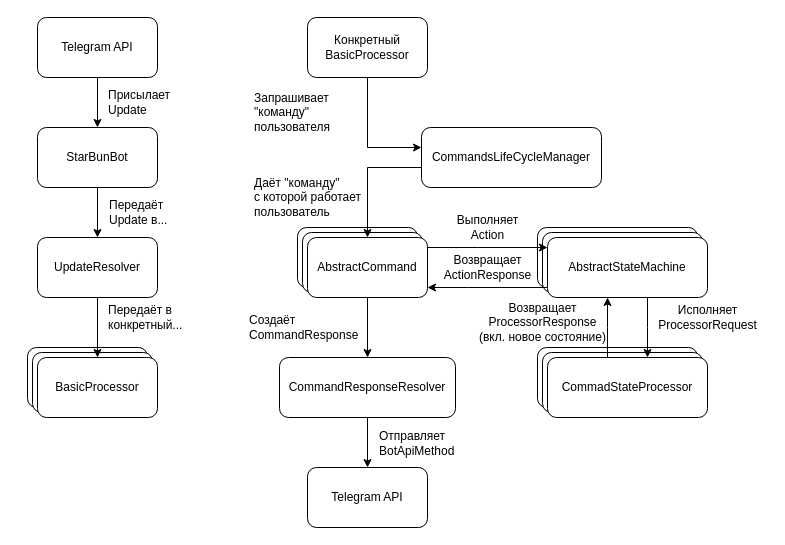
Before: docs/StarBunBot.drawio in AminevRamil/PetProject1, a draw.io diagram. Source tidied: cells renumbered, new cells numbered last; positions are measured from the earlier drawing's top-left corner, leaving out a move shared by most shapes. Both pictures are drawn from the tidied source at 100%, with x=0, y=0 at pixel (27, 17).
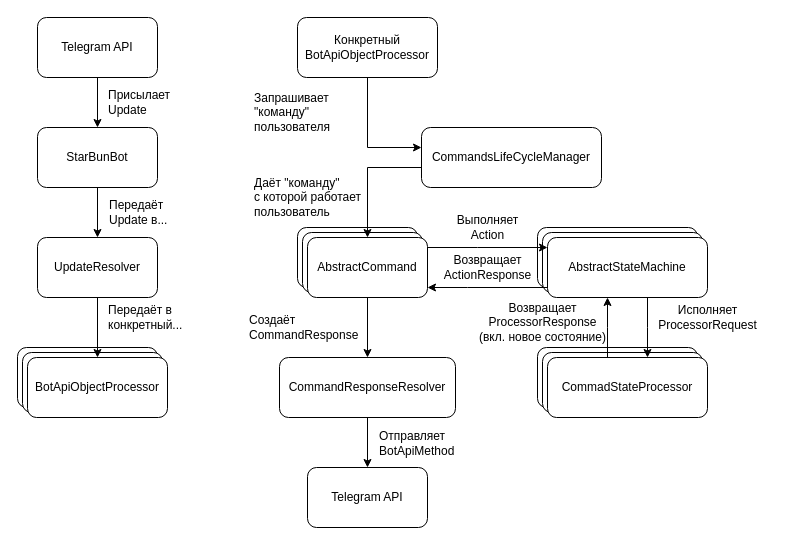
After the change.

Diff of the diagram source:
```diff
@@
     <mxCell id="11" style="rounded=1;whiteSpace=wrap;html=1;" parent="1" vertex="1">
-      <mxGeometry y="330" width="120" height="60" as="geometry" />
+      <mxGeometry x="-10" y="330" width="140" height="60" as="geometry" />
     </mxCell>
     <mxCell id="12" style="rounded=1;whiteSpace=wrap;html=1;" parent="1" vertex="1">
-      <mxGeometry x="5" y="335" width="120" height="60" as="geometry" />
+      <mxGeometry x="-5" y="335" width="140" height="60" as="geometry" />
     </mxCell>
-    <mxCell id="13" value="BasicProcessor" style="rounded=1;whiteSpace=wrap;html=1;" parent="1" vertex="1">
-      <mxGeometry x="10" y="340" width="120" height="60" as="geometry" />
+    <mxCell id="13" value="BotApiObjectProcessor" style="rounded=1;whiteSpace=wrap;html=1;" parent="1" vertex="1">
+      <mxGeometry y="340" width="140" height="60" as="geometry" />
     </mxCell>
@@
-    <mxCell id="17" value="Конкретный&lt;br&gt;BasicProcessor" style="rounded=1;whiteSpace=wrap;html=1;" parent="1" vertex="1">
-      <mxGeometry x="280" width="120" height="60" as="geometry" />
+    <mxCell id="17" value="Конкретный&lt;br&gt;BotApiObjectProcessor" style="rounded=1;whiteSpace=wrap;html=1;" parent="1" vertex="1">
+      <mxGeometry x="270" width="140" height="60" as="geometry" />
     </mxCell>
```
